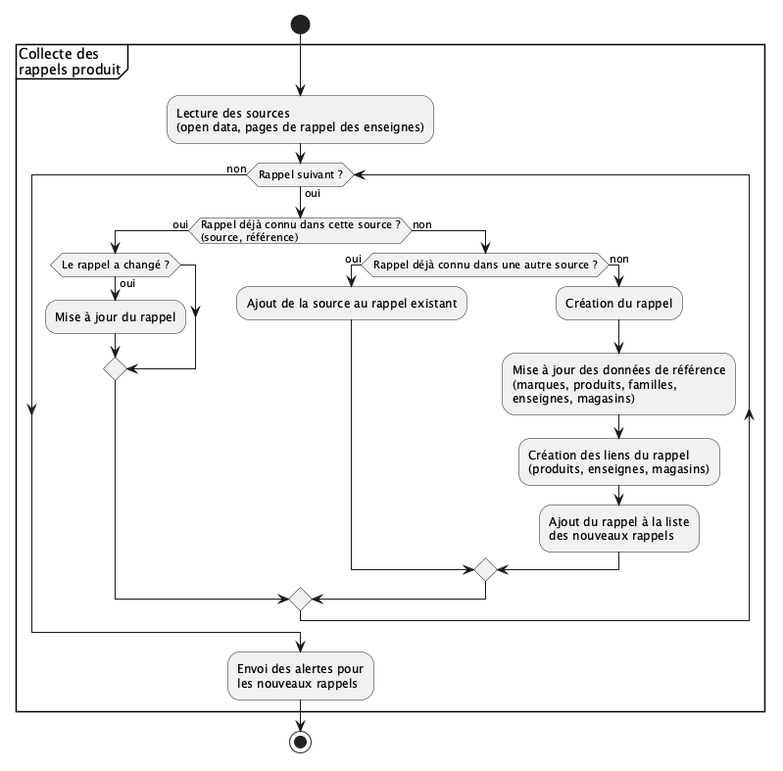
Above: doc/umldiagrams/workflows/rappelcollecte.png in lodygens/cadi (PlantUML), before the change. Its diagram source:
```plantuml
@startuml
start
partition "Collecte des \nrappels produit" {
:Lecture des sources
(open data, pages de rappel des enseignes);
while (Rappel suivant ?) is (oui)
    if (Rappel déjà connu dans cette source ?\n(source, référence)) then (oui)
        if (Le rappel a changé ?) then (oui)
            :Mise à jour du rappel;
        endif
    else (non)
        if (Rappel déjà connu dans une autre source ?) then (oui)
            :Ajout de la source au rappel existant;
        else (non)
            :Création du rappel;
            :Mise à jour des données de référence
            (marques, produits, familles,
            enseignes, magasins);
            :Création des liens du rappel
            (produits, enseignes, magasins);
            :Ajout du rappel à la liste
            des nouveaux rappels;
        endif
    endif
endwhile (non)
:Envoi des alertes pour
les nouveaux rappels;
}
stop
@enduml
```
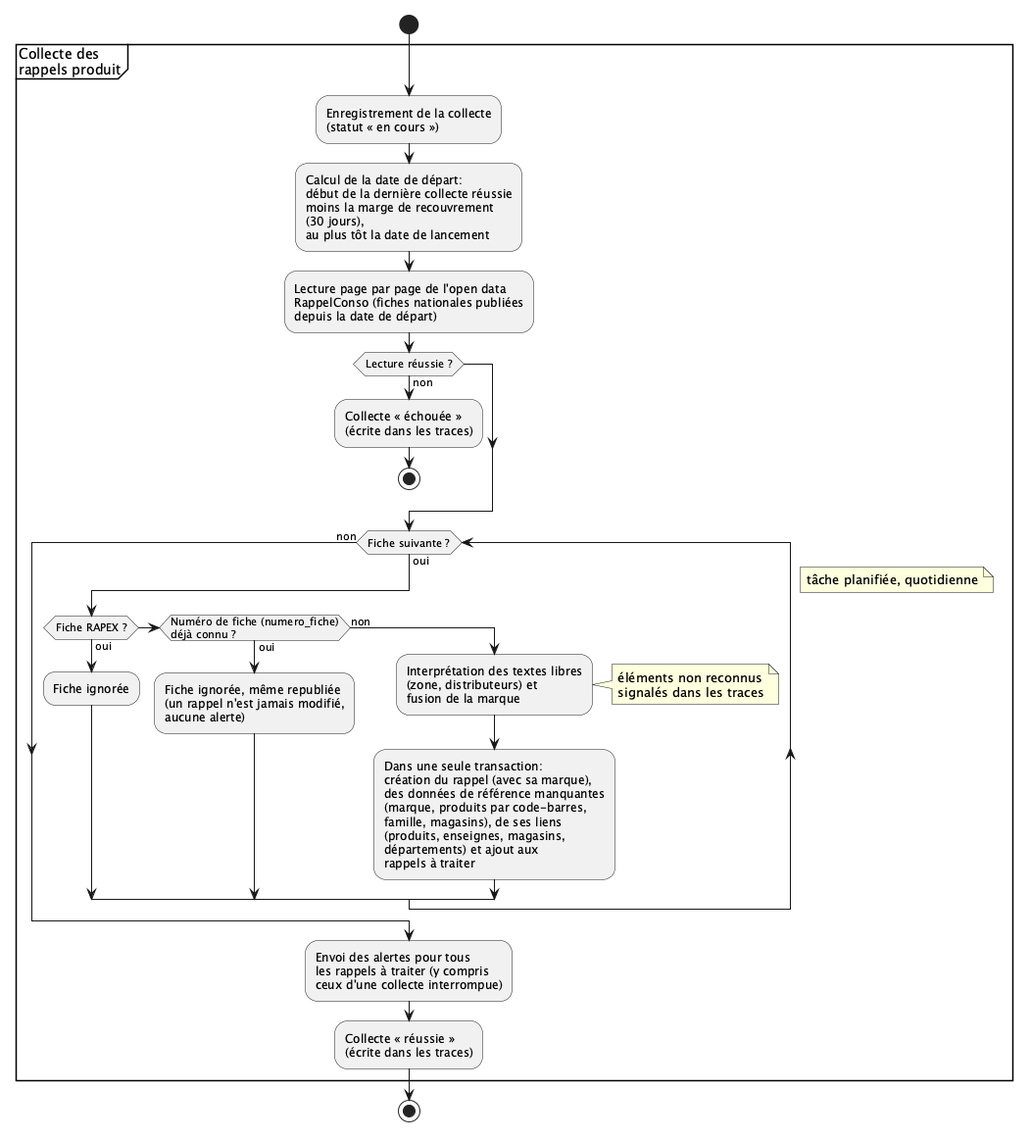
After the change.

Diff of the diagram source:
```diff
@@ -1,30 +1,51 @@
 @startuml
 start
 partition "Collecte des \nrappels produit" {
-:Lecture des sources
-(open data, pages de rappel des enseignes);
-while (Rappel suivant ?) is (oui)
-    if (Rappel déjà connu dans cette source ?\n(source, référence)) then (oui)
-        if (Le rappel a changé ?) then (oui)
-            :Mise à jour du rappel;
-        endif
+note right
+  tâche planifiée, quotidienne
+end note
+:Enregistrement de la collecte
+(statut « en cours »);
+:Calcul de la date de départ:
+début de la dernière collecte réussie
+moins la marge de recouvrement
+(30 jours),
+au plus tôt la date de lancement;
+:Lecture page par page de l'open data
+RappelConso (fiches nationales publiées
+depuis la date de départ);
+if (Lecture réussie ?) then (non)
+    :Collecte « échouée »
+    (écrite dans les traces);
+    stop
+endif
+while (Fiche suivante ?) is (oui)
+    if (Fiche RAPEX ?) then (oui)
+        :Fiche ignorée;
+    elseif (Numéro de fiche (numero_fiche)\ndéjà connu ?) then (oui)
+        :Fiche ignorée, même republiée
+        (un rappel n'est jamais modifié,
+        aucune alerte);
     else (non)
-        if (Rappel déjà connu dans une autre source ?) then (oui)
-            :Ajout de la source au rappel existant;
-        else (non)
-            :Création du rappel;
-            :Mise à jour des données de référence
-            (marques, produits, familles,
-            enseignes, magasins);
-            :Création des liens du rappel
-            (produits, enseignes, magasins);
-            :Ajout du rappel à la liste
-            des nouveaux rappels;
-        endif
+        :Interprétation des textes libres
+        (zone, distributeurs) et
+        fusion de la marque;
+        note right: éléments non reconnus\nsignalés dans les traces
+        :Dans une seule transaction:
+        création du rappel (avec sa marque),
+        des données de référence manquantes
+        (marque, produits par code-barres,
+        famille, magasins), de ses liens
+        (produits, enseignes, magasins,
+        départements) et ajout aux
+        rappels à traiter;
     endif
 endwhile (non)
-:Envoi des alertes pour
-les nouveaux rappels;
+:Envoi des alertes pour tous
+les rappels à traiter (y compris
+ceux d'une collecte interrompue);
+:Collecte « réussie »
+(écrite dans les traces);
 }
 stop
 @enduml
```
